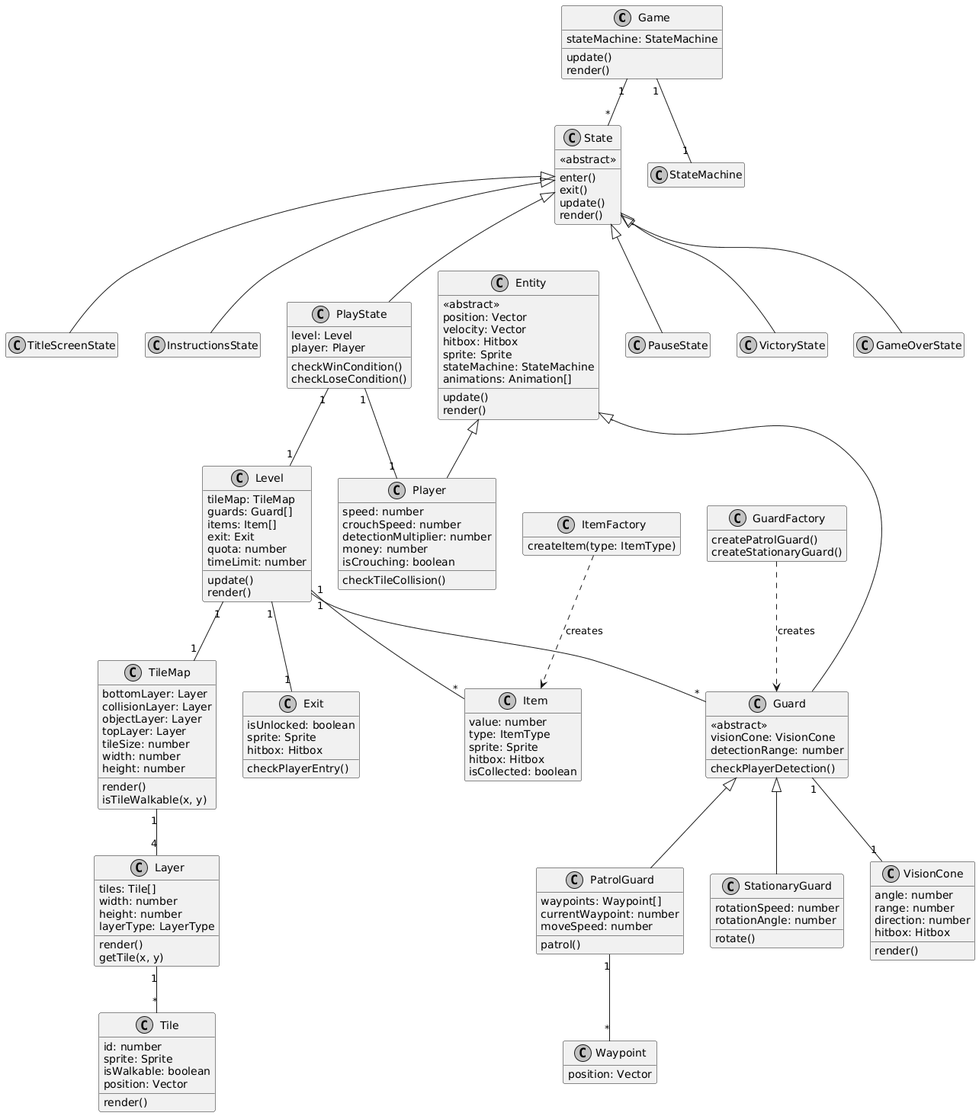
JAC-CS-Game-Programming-F25/project-alessandro keeps this PlantUML diagram as assets/images/ClassDiagram.png. Above is the earlier version.
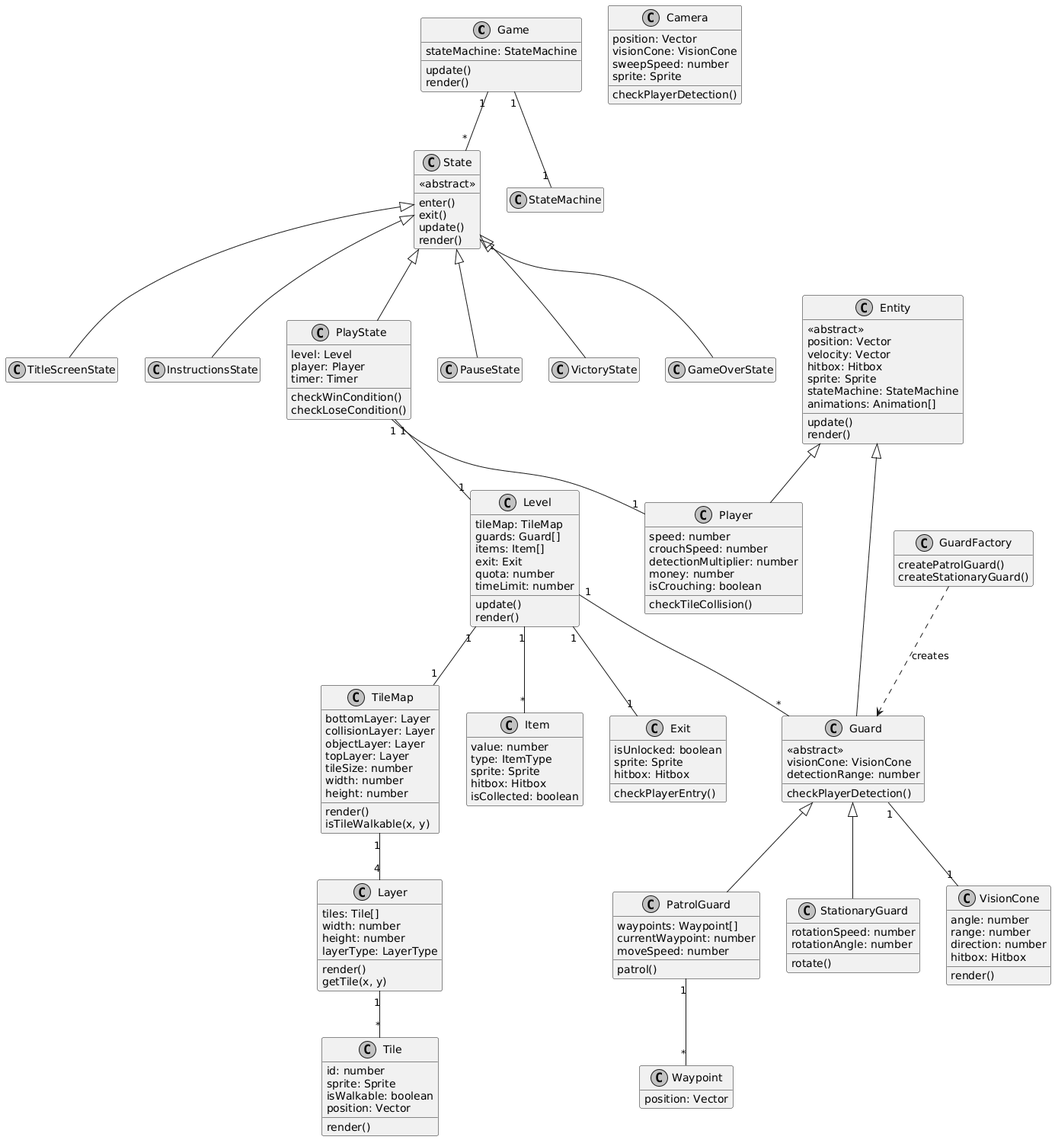
Above is the later version.

Commit message:
Fixed class diagram based on feedback and significantly reduced proposal size for readability

What changed in the source:
```diff
@@ -21,6 +21,7 @@
 class PlayState {
     level: Level
     player: Player
+    timer: Timer
     checkWinCondition()
     checkLoseCondition()
 }
@@ -140,12 +141,15 @@
     createStationaryGuard()
 }
 
-class ItemFactory {
-    createItem(type: ItemType)
+GuardFactory ..> Guard : creates
+
+class Camera {
+    position: Vector
+    visionCone: VisionCone
+    sweepSpeed: number
+    sprite: Sprite
+    checkPlayerDetection()
 }
-
-GuardFactory ..> Guard : creates
-ItemFactory ..> Item : creates
 
 class Item {
     value: number
```
